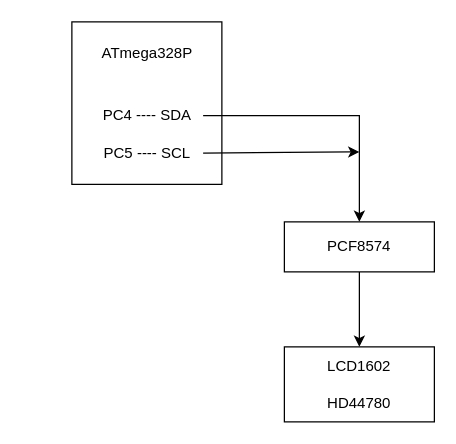
This is page "Page-1" (1 of 8) of schematy_drawio/schemat_działania_transmisji_radiowej.drawio from hanna-maliszewska/morse_communication, a draw.io file, before an edit. Source tidied: cells renumbered, new cells numbered last; positions are measured from the earlier drawing's top-left corner, leaving out a move shared by most shapes. Both pictures are drawn from the tidied source at 125%, with x=0, y=0 at pixel (71, 21).
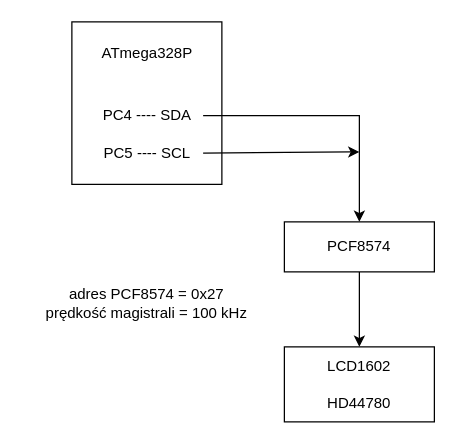
The same diagram, later.

Diff of the diagram source:
```diff
@@
 <mxGraphModel>
   <root>
     <mxCell id="0" />
     <mxCell id="1" parent="0" />
     <mxCell id="2" style="whiteSpace=wrap;html=1;" parent="1" vertex="1">
       <mxGeometry width="120" height="130" as="geometry" />
     </mxCell>
     <mxCell id="3" value="ATmega328P" style="text;html=1;align=center;verticalAlign=middle;strokeColor=none;fillColor=none;" parent="1" vertex="1">
       <mxGeometry x="10" y="10" width="100" height="30" as="geometry" />
     </mxCell>
     <mxCell id="4" style="edgeStyle=orthogonalEdgeStyle;rounded=0;jettySize=auto;html=1;entryX=0.5;entryY=0;entryDx=0;entryDy=0;" parent="1" edge="1" source="5" target="8">
       <mxGeometry relative="1" as="geometry" />
     </mxCell>
     <mxCell id="5" value="PC4 ---- SDA" style="text;html=1;align=center;verticalAlign=middle;points=[];strokeColor=none;fillColor=none;" parent="1" vertex="1">
       <mxGeometry x="15" y="60" width="90" height="30" as="geometry" />
     </mxCell>
     <mxCell id="6" value="&lt;div&gt;PC5 ---- SCL&lt;/div&gt;" style="text;html=1;align=center;verticalAlign=middle;points=[];strokeColor=none;fillColor=none;" parent="1" vertex="1">
       <mxGeometry x="15" y="90" width="90" height="30" as="geometry" />
     </mxCell>
     <mxCell id="7" style="edgeStyle=orthogonalEdgeStyle;rounded=0;jettySize=auto;html=1;exitX=0.5;exitY=1;exitDx=0;exitDy=0;entryX=0.5;entryY=0;entryDx=0;entryDy=0;" parent="1" edge="1" source="8" target="9">
       <mxGeometry relative="1" as="geometry" />
     </mxCell>
     <mxCell id="8" value="PCF8574" style="whiteSpace=wrap;html=1;" parent="1" vertex="1">
       <mxGeometry x="170" y="160" width="120" height="40" as="geometry" />
     </mxCell>
     <mxCell id="9" value="&lt;div&gt;LCD1602&lt;/div&gt;&lt;div&gt;&lt;br&gt;&lt;/div&gt;&lt;div&gt;HD44780&lt;/div&gt;" style="whiteSpace=wrap;html=1;" parent="1" vertex="1">
       <mxGeometry x="170" y="260" width="120" height="60" as="geometry" />
     </mxCell>
     <mxCell id="10" style="edgeStyle=none;jettySize=auto;html=1;rounded=0;exitX=1;exitY=0.499;exitDx=0;exitDy=0;exitPerimeter=0;" parent="1" edge="1" source="6">
       <mxGeometry relative="1" as="geometry">
         <mxPoint x="230" y="104" as="targetPoint" />
       </mxGeometry>
     </mxCell>
+    <mxCell id="11" value="adres PCF8574 = 0x27&lt;br&gt;prędkość magistrali = 100 kHz" style="text;html=1;whiteSpace=wrap;strokeColor=none;fillColor=none;align=center;verticalAlign=middle;rounded=0;" parent="1" vertex="1">
+      <mxGeometry x="-40" y="210" width="200" height="30" as="geometry" />
+    </mxCell>
   </root>
 </mxGraphModel>
```
